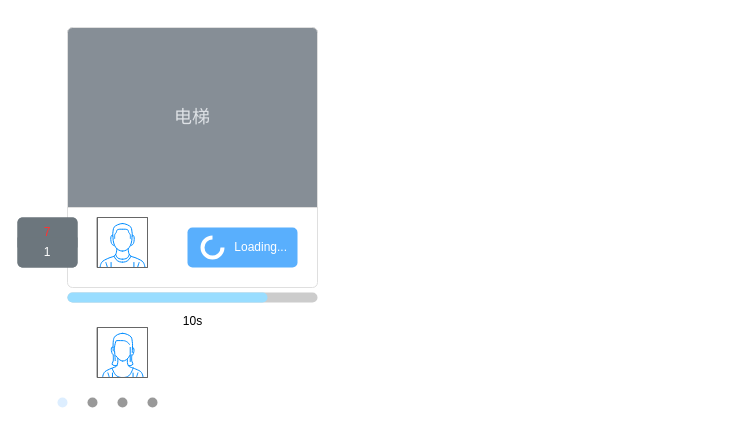
wayu1/drawio keeps this draw.io diagram as debounce.drawio. Above is the earlier version. Source tidied: cells renumbered, new cells numbered last; positions are measured from the earlier drawing's top-left corner, leaving out a move shared by most shapes. Both pictures are drawn from the tidied source at 100%, with x=0, y=0 at pixel (17, 27).
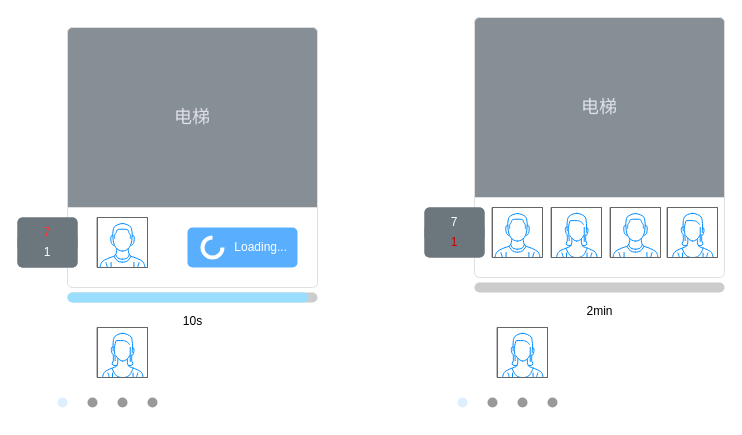
Above is the later version.

Diff of the diagram source:
```diff
@@
-    <mxCell id="11" value="10s" style="verticalLabelPosition=bottom;shadow=0;dashed=0;align=center;html=1;verticalAlign=top;strokeWidth=1;shape=mxgraph.mockup.misc.progressBar;fillColor=#cccccc;strokeColor=none;fillColor2=#99ddff;barPos=80;" parent="1" vertex="1">
+    <mxCell id="11" value="10s" style="verticalLabelPosition=bottom;shadow=0;dashed=0;align=center;html=1;verticalAlign=top;strokeWidth=1;shape=mxgraph.mockup.misc.progressBar;fillColor=#cccccc;strokeColor=none;fillColor2=#99ddff;barPos=96.4;" parent="1" vertex="1">
       <mxGeometry x="50" y="260" width="250" height="20" as="geometry" />
     </mxCell>
@@
+    <mxCell id="13" style="html=1;shadow=0;dashed=0;shape=mxgraph.bootstrap.rrect;rSize=5;strokeColor=#DFDFDF;html=1;whiteSpace=wrap;fillColor=#ffffff;fontColor=#000000;verticalAlign=bottom;align=left;spacing=20;fontSize=14;" parent="1" vertex="1">
+      <mxGeometry x="457" y="-10" width="250" height="260" as="geometry" />
+    </mxCell>
+    <mxCell id="14" value="电梯" style="html=1;shadow=0;dashed=0;shape=mxgraph.bootstrap.topButton;rSize=5;perimeter=none;whiteSpace=wrap;fillColor=#868E96;strokeColor=#DFDFDF;fontColor=#DEE2E6;fontSize=18;" parent="13" vertex="1">
+      <mxGeometry width="250" height="180" relative="1" as="geometry" />
+    </mxCell>
+    <mxCell id="15" style="html=1;shadow=0;dashed=0;shape=mxgraph.bootstrap.rrect;rSize=5;strokeColor=none;html=1;whiteSpace=wrap;fillColor=#6C767D;fontColor=#ffffff;sketch=0;" parent="13" vertex="1">
+      <mxGeometry x="-50" y="190" width="60" height="50" as="geometry" />
+    </mxCell>
+    <mxCell id="16" value="&lt;font color=&quot;#ffffff&quot;&gt;7&lt;/font&gt;" style="strokeColor=inherit;fillColor=inherit;gradientColor=inherit;fontColor=inherit;html=1;shadow=0;dashed=0;shape=mxgraph.bootstrap.topButton;rSize=5;perimeter=none;whiteSpace=wrap;sketch=0;" parent="15" vertex="1">
+      <mxGeometry width="60" height="30" relative="1" as="geometry" />
+    </mxCell>
+    <mxCell id="17" value="&lt;font color=&quot;#cc0000&quot;&gt;1&lt;/font&gt;" style="strokeColor=inherit;fillColor=inherit;gradientColor=inherit;fontColor=inherit;html=1;shadow=0;dashed=0;shape=mxgraph.bootstrap.bottomButton;rSize=5;perimeter=none;whiteSpace=wrap;sketch=0;" parent="15" vertex="1">
+      <mxGeometry y="1" width="60" height="30" relative="1" as="geometry">
+        <mxPoint y="-30" as="offset" />
+      </mxGeometry>
+    </mxCell>
+    <mxCell id="18" style="verticalLabelPosition=bottom;shadow=0;dashed=0;align=center;html=1;verticalAlign=top;strokeWidth=1;shape=mxgraph.mockup.containers.userMale;strokeColor=#666666;strokeColor2=#008cff;" parent="13" vertex="1">
+      <mxGeometry x="18" y="190" width="50" height="50" as="geometry" />
+    </mxCell>
+    <mxCell id="19" style="verticalLabelPosition=bottom;shadow=0;dashed=0;align=center;html=1;verticalAlign=top;strokeWidth=1;shape=mxgraph.mockup.containers.userFemale;strokeColor=#666666;strokeColor2=#008cff;" parent="13" vertex="1">
+      <mxGeometry x="77" y="190" width="50" height="50" as="geometry" />
+    </mxCell>
+    <mxCell id="20" style="verticalLabelPosition=bottom;shadow=0;dashed=0;align=center;html=1;verticalAlign=top;strokeWidth=1;shape=mxgraph.mockup.containers.userFemale;strokeColor=#666666;strokeColor2=#008cff;" parent="13" vertex="1">
+      <mxGeometry x="193" y="190" width="50" height="50" as="geometry" />
+    </mxCell>
+    <mxCell id="21" style="verticalLabelPosition=bottom;shadow=0;dashed=0;align=center;html=1;verticalAlign=top;strokeWidth=1;shape=mxgraph.mockup.containers.userMale;strokeColor=#666666;strokeColor2=#008cff;" parent="13" vertex="1">
+      <mxGeometry x="136" y="190" width="50" height="50" as="geometry" />
+    </mxCell>
+    <mxCell id="22" value="2min" style="verticalLabelPosition=bottom;shadow=0;dashed=0;align=center;html=1;verticalAlign=top;strokeWidth=1;shape=mxgraph.mockup.misc.progressBar;fillColor=#cccccc;strokeColor=none;fillColor2=#99ddff;barPos=0;" parent="1" vertex="1">
+      <mxGeometry x="457" y="250" width="250" height="20" as="geometry" />
+    </mxCell>
+    <mxCell id="23" style="verticalLabelPosition=bottom;shadow=0;dashed=0;align=center;html=1;verticalAlign=top;strokeWidth=1;shape=mxgraph.mockup.containers.userFemale;strokeColor=#666666;strokeColor2=#008cff;" parent="1" vertex="1">
+      <mxGeometry x="480" y="300" width="50" height="50" as="geometry" />
+    </mxCell>
+    <mxCell id="24" style="verticalLabelPosition=bottom;shadow=0;dashed=0;align=center;html=1;verticalAlign=top;strokeWidth=1;shape=mxgraph.mockup.navigation.pageControl;fillColor=#999999;strokeColor=#ddeeff;" parent="1" vertex="1">
+      <mxGeometry x="440" y="360" width="100" height="30" as="geometry" />
+    </mxCell>
```
